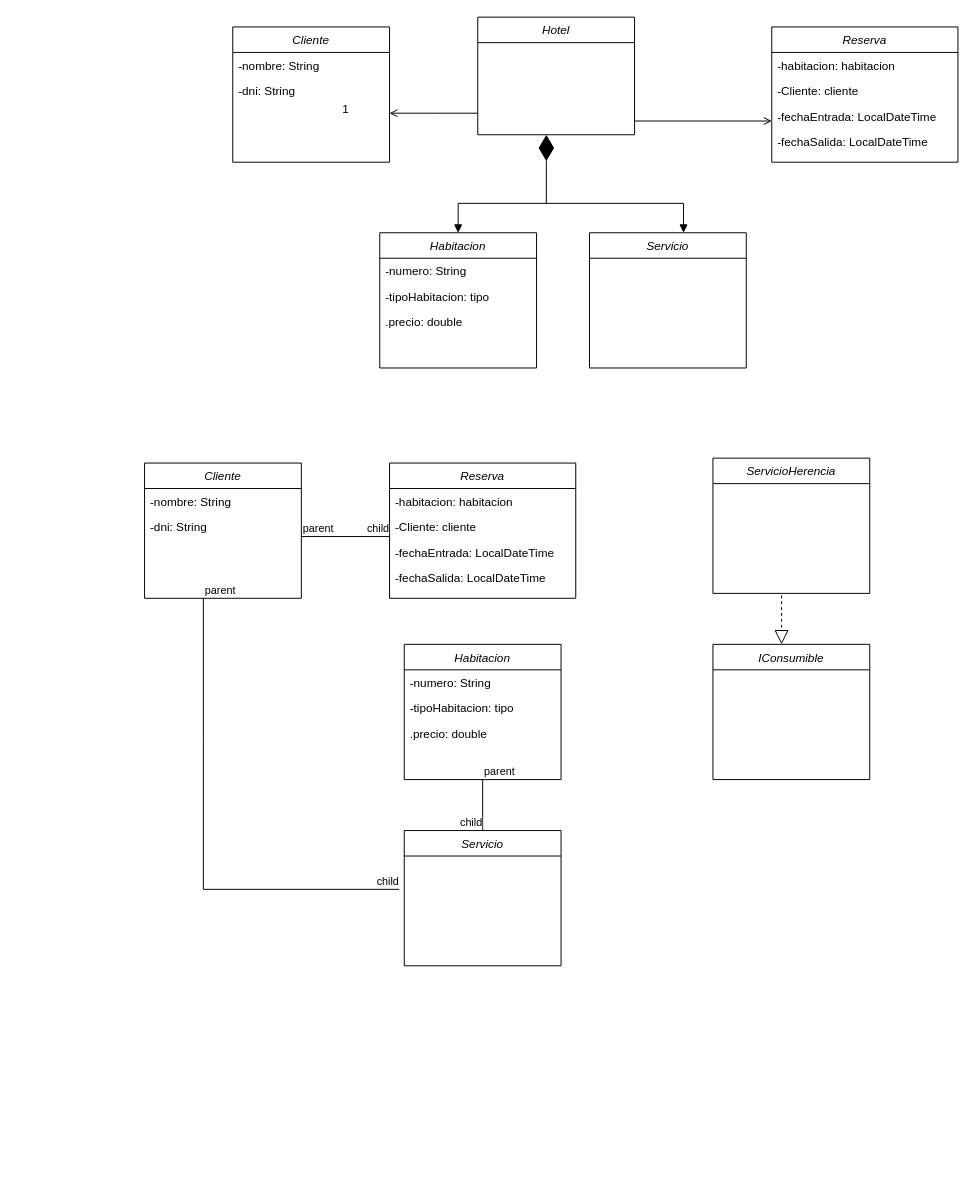
The draw.io diagram model/Diagrama sin título.drawio in yeri966/RepositorioHotel, before the edit. Source tidied: cells renumbered, new cells numbered last; positions are measured from the earlier drawing's top-left corner, leaving out a move shared by most shapes. Both pictures are drawn from the tidied source at 98%, with x=0, y=0 at pixel (144, 17).
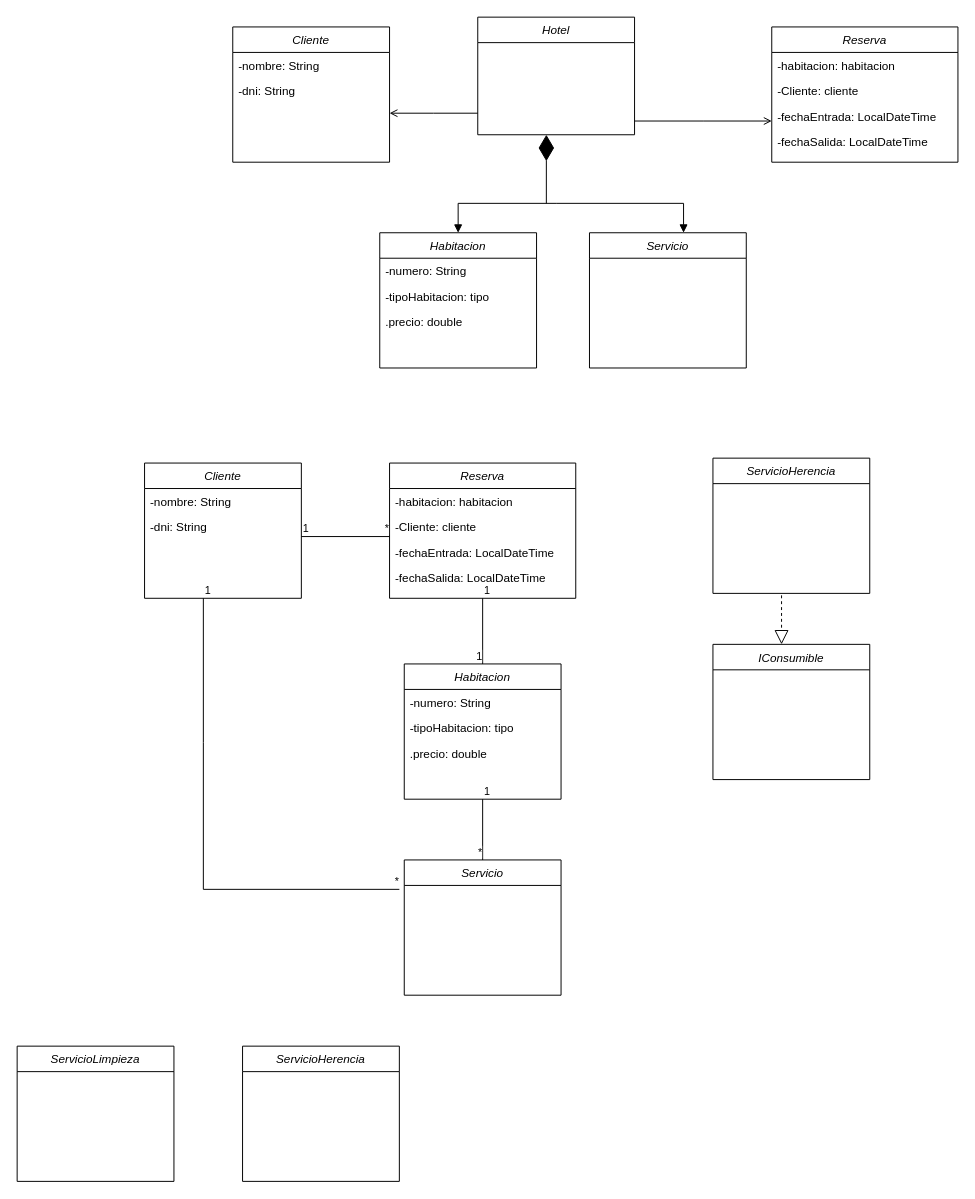
Above is the later version.

The change refers to these unchanged cells:
```xml
<mxCell id="3" style="endArrow=open;shadow=0;strokeWidth=1;rounded=0;curved=0;endFill=1;edgeStyle=elbowEdgeStyle;elbow=vertical;" parent="2" edge="1">
  <mxGeometry x="0.5" y="41" relative="1" as="geometry">
    <mxPoint y="98" as="sourcePoint" />
    <mxPoint x="-90" y="98" as="targetPoint" />
    <mxPoint x="-40" y="32" as="offset" />
  </mxGeometry>
</mxCell>
<mxCell id="24" value="Reserva&#10;" style="swimlane;fontStyle=2;align=center;verticalAlign=top;horizontal=1;startSize=26;rounded=0;shadow=0;strokeWidth=1;" parent="1" vertex="1">
  <mxGeometry x="250" y="455" width="190" height="138" as="geometry" />
</mxCell>
<mxCell id="36" style="endArrow=none;html=1;edgeStyle=orthogonalEdgeStyle;rounded=0;" parent="1" edge="1">
  <mxGeometry relative="1" as="geometry">
    <mxPoint x="60" y="593" as="sourcePoint" />
    <mxPoint x="260" y="890" as="targetPoint" />
    <Array as="points">
      <mxPoint x="60" y="740" />
      <mxPoint x="60" y="740" />
    </Array>
  </mxGeometry>
</mxCell>
<mxCell id="39" style="endArrow=none;html=1;edgeStyle=orthogonalEdgeStyle;rounded=0;" parent="1" edge="1">
  <mxGeometry relative="1" as="geometry">
    <mxPoint x="160" y="530" as="sourcePoint" />
    <mxPoint x="250" y="530" as="targetPoint" />
  </mxGeometry>
</mxCell>
<mxCell id="42" style="endArrow=none;html=1;edgeStyle=orthogonalEdgeStyle;rounded=0;exitX=0.5;exitY=1;exitDx=0;exitDy=0;entryX=0.5;entryY=0;entryDx=0;entryDy=0;" parent="1" edge="1" source="29" target="35">
  <mxGeometry relative="1" as="geometry" />
</mxCell>
```

Diff of the diagram source:
```diff
@@
-    <mxCell id="4" value="1" style="align=right;verticalAlign=bottom;labelBackgroundColor=none;fontSize=12;" parent="3" vertex="1">
-      <mxGeometry x="1" relative="1" as="geometry">
-        <mxPoint x="-40" y="4" as="offset" />
-      </mxGeometry>
-    </mxCell>
@@
     <mxCell id="29" value="Habitacion" style="swimlane;fontStyle=2;align=center;verticalAlign=top;horizontal=1;startSize=26;rounded=0;shadow=0;strokeWidth=1;" parent="1" vertex="1">
-      <mxGeometry x="265" y="640" width="160" height="138" as="geometry" />
+      <mxGeometry x="265" y="660" width="160" height="138" as="geometry" />
     </mxCell>
@@
     <mxCell id="35" value="Servicio" style="swimlane;fontStyle=2;align=center;verticalAlign=top;horizontal=1;startSize=26;rounded=0;shadow=0;strokeWidth=1;" parent="1" vertex="1">
-      <mxGeometry x="265" y="830" width="160" height="138" as="geometry" />
+      <mxGeometry x="265" y="860" width="160" height="138" as="geometry" />
     </mxCell>
@@
-    <mxCell id="37" value="parent" style="edgeLabel;html=1;align=left;verticalAlign=bottom;" parent="36" vertex="1">
+    <mxCell id="37" value="1" style="edgeLabel;html=1;align=left;verticalAlign=bottom;" parent="36" vertex="1">
       <mxGeometry x="-1" relative="1" as="geometry" />
     </mxCell>
-    <mxCell id="38" value="child" style="edgeLabel;html=1;align=right;verticalAlign=bottom;" parent="36" vertex="1">
+    <mxCell id="38" value="*" style="edgeLabel;html=1;align=right;verticalAlign=bottom;" parent="36" vertex="1">
       <mxGeometry x="1" relative="1" as="geometry" />
     </mxCell>
@@
-    <mxCell id="40" value="parent" style="edgeLabel;html=1;align=left;verticalAlign=bottom;" parent="39" vertex="1">
+    <mxCell id="40" value="1" style="edgeLabel;html=1;align=left;verticalAlign=bottom;" parent="39" vertex="1">
       <mxGeometry x="-1" relative="1" as="geometry" />
     </mxCell>
-    <mxCell id="41" value="child" style="edgeLabel;html=1;align=right;verticalAlign=bottom;" parent="39" vertex="1">
+    <mxCell id="41" value="*" style="edgeLabel;html=1;align=right;verticalAlign=bottom;" parent="39" vertex="1">
       <mxGeometry x="1" relative="1" as="geometry" />
     </mxCell>
@@
-    <mxCell id="43" value="parent" style="edgeLabel;html=1;align=left;verticalAlign=bottom;" parent="42" vertex="1">
+    <mxCell id="43" value="1" style="edgeLabel;html=1;align=left;verticalAlign=bottom;" parent="42" vertex="1">
       <mxGeometry x="-1" relative="1" as="geometry" />
     </mxCell>
-    <mxCell id="44" value="child" style="edgeLabel;html=1;align=right;verticalAlign=bottom;" parent="42" vertex="1">
+    <mxCell id="44" value="*" style="edgeLabel;html=1;align=right;verticalAlign=bottom;" parent="42" vertex="1">
       <mxGeometry x="1" relative="1" as="geometry" />
     </mxCell>
@@
+    <mxCell id="46" style="endArrow=none;html=1;edgeStyle=orthogonalEdgeStyle;rounded=0;entryX=0.5;entryY=0;entryDx=0;entryDy=0;exitX=0.5;exitY=1;exitDx=0;exitDy=0;" parent="1" edge="1" source="24" target="29">
+      <mxGeometry relative="1" as="geometry" />
+    </mxCell>
+    <mxCell id="47" value="1" style="edgeLabel;html=1;align=left;verticalAlign=bottom;" parent="46" vertex="1">
+      <mxGeometry x="-1" relative="1" as="geometry" />
+    </mxCell>
+    <mxCell id="48" value="1" style="edgeLabel;html=1;align=right;verticalAlign=bottom;" parent="46" vertex="1">
+      <mxGeometry x="1" relative="1" as="geometry" />
+    </mxCell>
+    <mxCell id="49" value="ServicioLimpieza" style="swimlane;fontStyle=2;align=center;verticalAlign=top;horizontal=1;startSize=26;rounded=0;shadow=0;strokeWidth=1;" parent="1" vertex="1">
+      <mxGeometry x="-130" y="1050" width="160" height="138" as="geometry" />
+    </mxCell>
+    <mxCell id="50" value="ServicioHerencia" style="swimlane;fontStyle=2;align=center;verticalAlign=top;horizontal=1;startSize=26;rounded=0;shadow=0;strokeWidth=1;" parent="1" vertex="1">
+      <mxGeometry x="100" y="1050" width="160" height="138" as="geometry" />
+    </mxCell>
```
